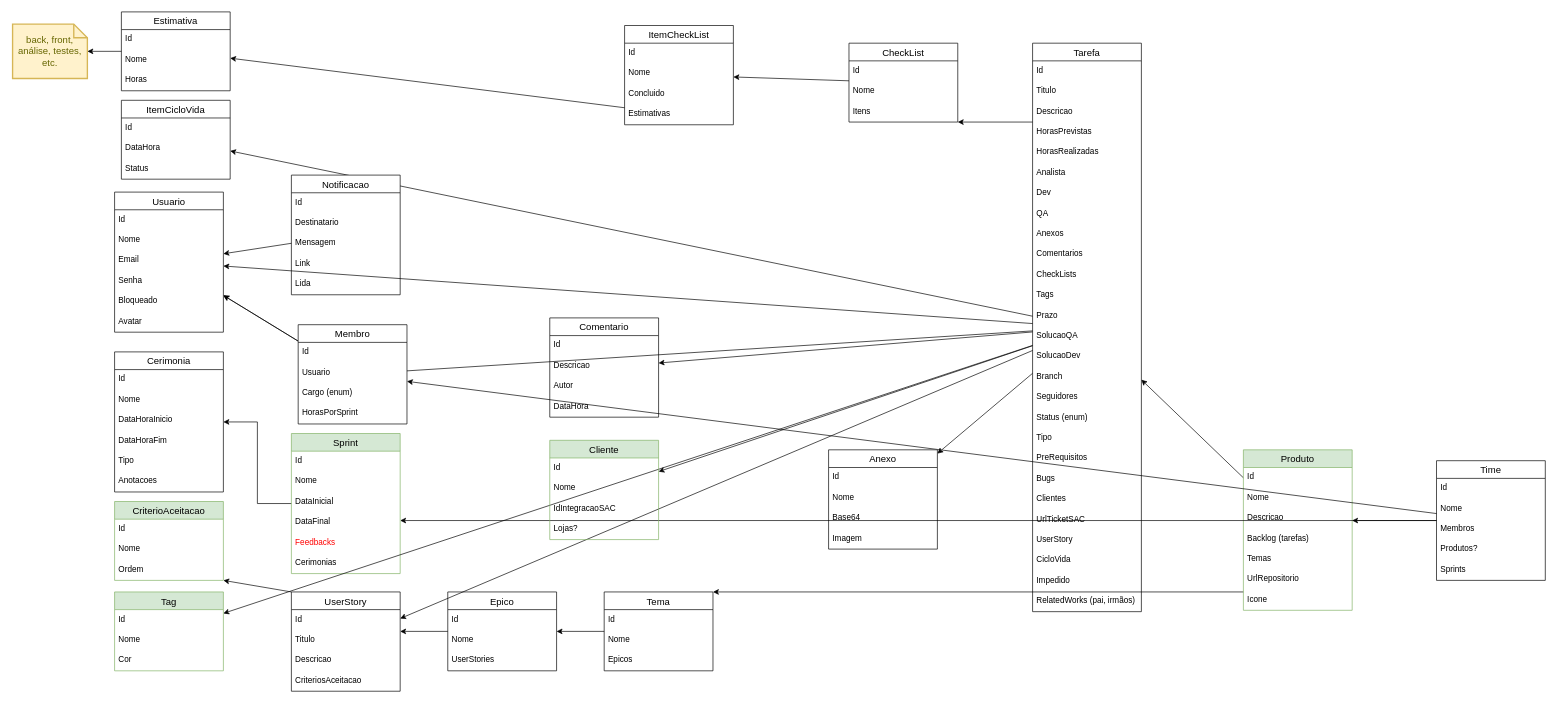
This is page "ordem" (2 of 2) of Agilis-Back/docs/Untitled Diagram.drawio from ddsdaniel/Agilis, a draw.io file, before an edit. Source tidied: cells renumbered, new cells numbered last; positions are measured from the earlier drawing's top-left corner, leaving out a move shared by most shapes. Both pictures are drawn from the tidied source at 68%, with x=0, y=0 at pixel (12, 12).
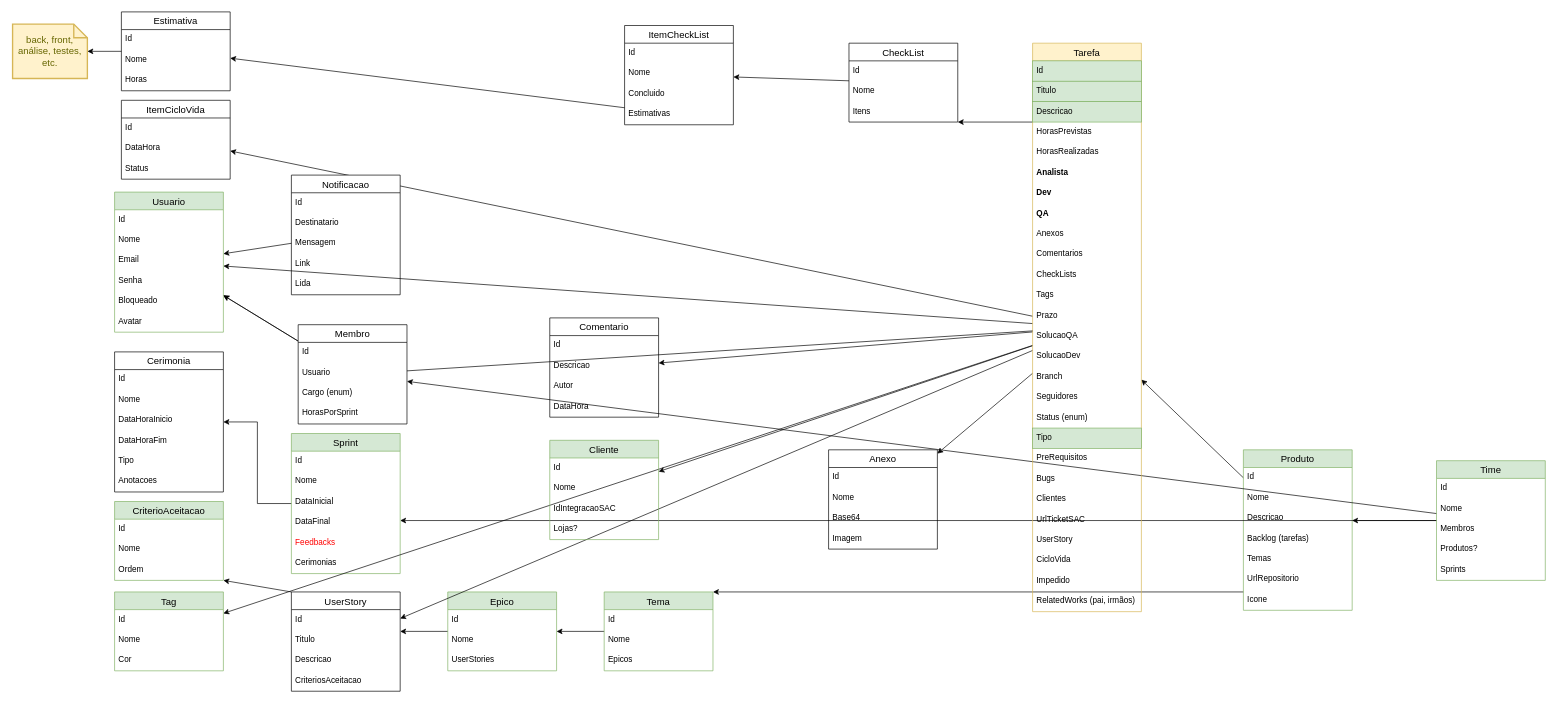
The same page after the edit.

The edit, as a diff of the source:
```diff
@@
-    <mxCell id="23" value="Time" style="swimlane;fontStyle=0;horizontal=1;startSize=26;align=center;fontSize=14;" parent="1" vertex="1">
+    <mxCell id="23" value="Time" style="swimlane;fontStyle=0;horizontal=1;startSize=26;align=center;fontSize=14;fillColor=#d5e8d4;strokeColor=#82b366;" parent="1" vertex="1">
       <mxGeometry x="2094" y="660" width="160" height="176" as="geometry" />
     </mxCell>
@@
-    <mxCell id="29" value="Usuario" style="swimlane;fontStyle=0;horizontal=1;startSize=26;align=center;fontSize=14;" parent="1" vertex="1">
+    <mxCell id="29" value="Usuario" style="swimlane;fontStyle=0;horizontal=1;startSize=26;align=center;fontSize=14;fillColor=#d5e8d4;strokeColor=#82b366;" parent="1" vertex="1">
       <mxGeometry x="150" y="265" width="160" height="206" as="geometry" />
     </mxCell>
@@
-    <mxCell id="37" value="Tema" style="swimlane;fontStyle=0;horizontal=1;startSize=26;align=center;fontSize=14;" parent="1" vertex="1">
+    <mxCell id="37" value="Tema" style="swimlane;fontStyle=0;horizontal=1;startSize=26;align=center;fontSize=14;fillColor=#d5e8d4;strokeColor=#82b366;" parent="1" vertex="1">
       <mxGeometry x="870" y="853" width="160" height="116" as="geometry" />
     </mxCell>
@@
-    <mxCell id="42" value="Epico" style="swimlane;fontStyle=0;horizontal=1;startSize=26;align=center;fontSize=14;" parent="1" vertex="1">
+    <mxCell id="42" value="Epico" style="swimlane;fontStyle=0;horizontal=1;startSize=26;align=center;fontSize=14;fillColor=#d5e8d4;strokeColor=#82b366;" parent="1" vertex="1">
       <mxGeometry x="640" y="853" width="160" height="116" as="geometry" />
     </mxCell>
@@
-    <mxCell id="89" value="Tarefa" style="swimlane;fontStyle=0;horizontal=1;startSize=26;align=center;fontSize=14;" parent="1" vertex="1">
+    <mxCell id="89" value="Tarefa" style="swimlane;fontStyle=0;horizontal=1;startSize=26;align=center;fontSize=14;fillColor=#fff2cc;strokeColor=#d6b656;" parent="1" vertex="1">
       <mxGeometry x="1500" y="46" width="160" height="836" as="geometry" />
     </mxCell>
-    <mxCell id="90" value="Id" style="text;strokeColor=none;fillColor=none;spacingLeft=4;spacingRight=4;overflow=hidden;fontSize=12;" parent="89" vertex="1">
+    <mxCell id="90" value="Id" style="text;strokeColor=#82b366;fillColor=#d5e8d4;spacingLeft=4;spacingRight=4;overflow=hidden;fontSize=12;" parent="89" vertex="1">
       <mxGeometry y="26" width="160" height="30" as="geometry" />
     </mxCell>
-    <mxCell id="91" value="Titulo" style="text;strokeColor=none;fillColor=none;spacingLeft=4;spacingRight=4;overflow=hidden;fontSize=12;" parent="89" vertex="1">
+    <mxCell id="91" value="Titulo" style="text;strokeColor=#82b366;fillColor=#d5e8d4;spacingLeft=4;spacingRight=4;overflow=hidden;fontSize=12;" parent="89" vertex="1">
       <mxGeometry y="56" width="160" height="30" as="geometry" />
     </mxCell>
-    <mxCell id="92" value="Descricao" style="text;strokeColor=none;fillColor=none;spacingLeft=4;spacingRight=4;overflow=hidden;fontSize=12;" parent="89" vertex="1">
+    <mxCell id="92" value="Descricao" style="text;strokeColor=#82b366;fillColor=#d5e8d4;spacingLeft=4;spacingRight=4;overflow=hidden;fontSize=12;" parent="89" vertex="1">
       <mxGeometry y="86" width="160" height="30" as="geometry" />
     </mxCell>
@@
-    <mxCell id="95" value="Analista" style="text;strokeColor=none;fillColor=none;spacingLeft=4;spacingRight=4;overflow=hidden;fontSize=12;" parent="89" vertex="1">
+    <mxCell id="95" value="Analista" style="text;strokeColor=none;fillColor=none;spacingLeft=4;spacingRight=4;overflow=hidden;fontSize=12;fontStyle=1;" parent="89" vertex="1">
       <mxGeometry y="176" width="160" height="30" as="geometry" />
     </mxCell>
-    <mxCell id="96" value="Dev" style="text;strokeColor=none;fillColor=none;spacingLeft=4;spacingRight=4;overflow=hidden;fontSize=12;" parent="89" vertex="1">
+    <mxCell id="96" value="Dev" style="text;strokeColor=none;fillColor=none;spacingLeft=4;spacingRight=4;overflow=hidden;fontSize=12;fontStyle=1;" parent="89" vertex="1">
       <mxGeometry y="206" width="160" height="30" as="geometry" />
     </mxCell>
-    <mxCell id="97" value="QA" style="text;strokeColor=none;fillColor=none;spacingLeft=4;spacingRight=4;overflow=hidden;fontSize=12;" parent="89" vertex="1">
+    <mxCell id="97" value="QA" style="text;strokeColor=none;fillColor=none;spacingLeft=4;spacingRight=4;overflow=hidden;fontSize=12;fontStyle=1;" parent="89" vertex="1">
       <mxGeometry y="236" width="160" height="30" as="geometry" />
     </mxCell>
@@
-    <mxCell id="108" value="Tipo" style="text;strokeColor=none;fillColor=none;spacingLeft=4;spacingRight=4;overflow=hidden;fontSize=12;" parent="89" vertex="1">
+    <mxCell id="108" value="Tipo" style="text;strokeColor=#82b366;fillColor=#d5e8d4;spacingLeft=4;spacingRight=4;overflow=hidden;fontSize=12;" parent="89" vertex="1">
       <mxGeometry y="566" width="160" height="30" as="geometry" />
     </mxCell>
```
